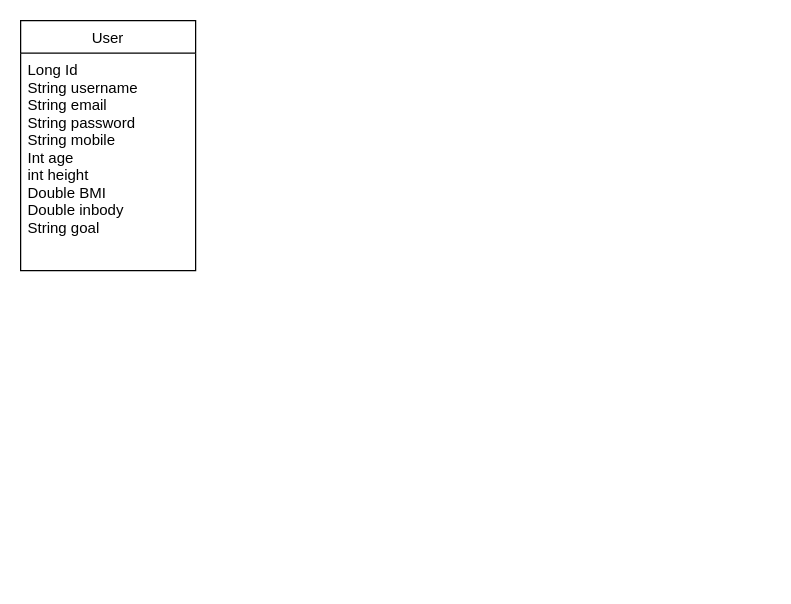
This is Untitled Diagram.drawio from nara0424/test01, a draw.io file, before an edit. Source tidied: cells renumbered, new cells numbered last; positions are measured from the earlier drawing's top-left corner, leaving out a move shared by most shapes. Both pictures are drawn from the tidied source at 125%, with x=0, y=0 at pixel (20, 20).
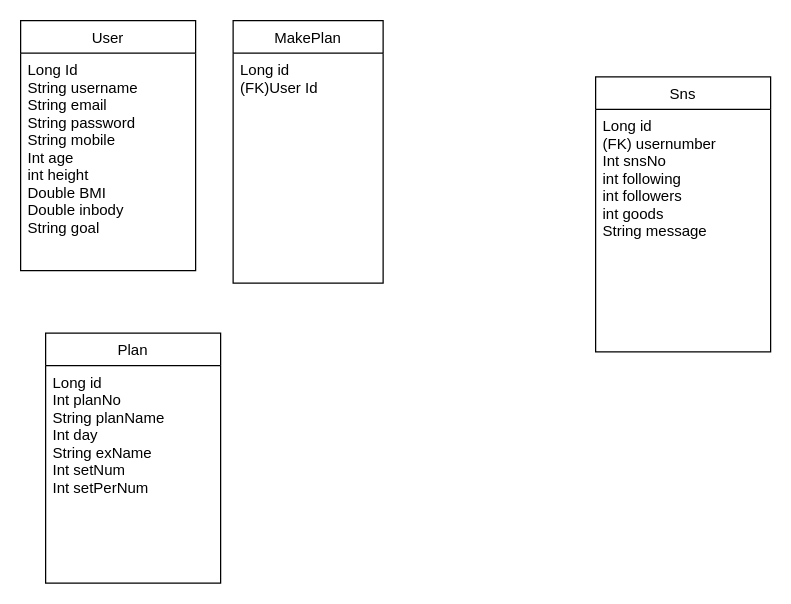
The same page after the edit.

Change to the diagram source:
```diff
@@
 <mxGraphModel>
   <root>
     <mxCell id="0" />
     <mxCell id="1" parent="0" />
     <mxCell id="2" value="User" style="swimlane;fontStyle=0;horizontal=1;startSize=26;" parent="1" vertex="1">
       <mxGeometry width="140" height="200" as="geometry" />
     </mxCell>
     <mxCell id="3" value="Long Id&#10;String username&#10;String email&#10;String password&#10;String mobile&#10;Int age&#10;int height&#10;Double BMI&#10;Double inbody&#10;String goal&#10;" style="text;strokeColor=none;fillColor=none;align=left;verticalAlign=top;spacingLeft=4;spacingRight=4;overflow=hidden;" parent="2" vertex="1">
       <mxGeometry y="26" width="140" height="174" as="geometry" />
     </mxCell>
+    <mxCell id="4" value="Plan" style="swimlane;fontStyle=0;horizontal=1;startSize=26;fillColor=none;" parent="1" vertex="1">
+      <mxGeometry x="20" y="250" width="140" height="200" as="geometry" />
+    </mxCell>
+    <mxCell id="5" value="Long id&#10;Int planNo&#10;String planName&#10;Int day&#10;String exName&#10;Int setNum&#10;Int setPerNum&#10;&#10;" style="text;strokeColor=none;fillColor=none;align=left;verticalAlign=top;spacingLeft=4;spacingRight=4;overflow=hidden;" parent="4" vertex="1">
+      <mxGeometry y="26" width="140" height="174" as="geometry" />
+    </mxCell>
+    <mxCell id="6" value="MakePlan" style="swimlane;fontStyle=0;horizontal=1;startSize=26;" parent="1" vertex="1">
+      <mxGeometry x="170" width="120" height="210" as="geometry" />
+    </mxCell>
+    <mxCell id="7" value="Long id&#10;(FK)User Id" style="text;strokeColor=none;fillColor=none;align=left;verticalAlign=top;spacingLeft=4;spacingRight=4;overflow=hidden;" parent="6" vertex="1">
+      <mxGeometry y="26" width="120" height="184" as="geometry" />
+    </mxCell>
+    <mxCell id="8" value="Sns" style="swimlane;fontStyle=0;horizontal=1;startSize=26;" parent="1" vertex="1">
+      <mxGeometry x="460" y="45" width="140" height="220" as="geometry" />
+    </mxCell>
+    <mxCell id="9" value="Long id&#10;(FK) usernumber&#10;Int snsNo&#10;int following&#10;int followers&#10;int goods&#10;String message&#10;" style="text;strokeColor=none;fillColor=none;align=left;verticalAlign=top;spacingLeft=4;spacingRight=4;overflow=hidden;" parent="8" vertex="1">
+      <mxGeometry y="26" width="140" height="194" as="geometry" />
+    </mxCell>
   </root>
 </mxGraphModel>
```
